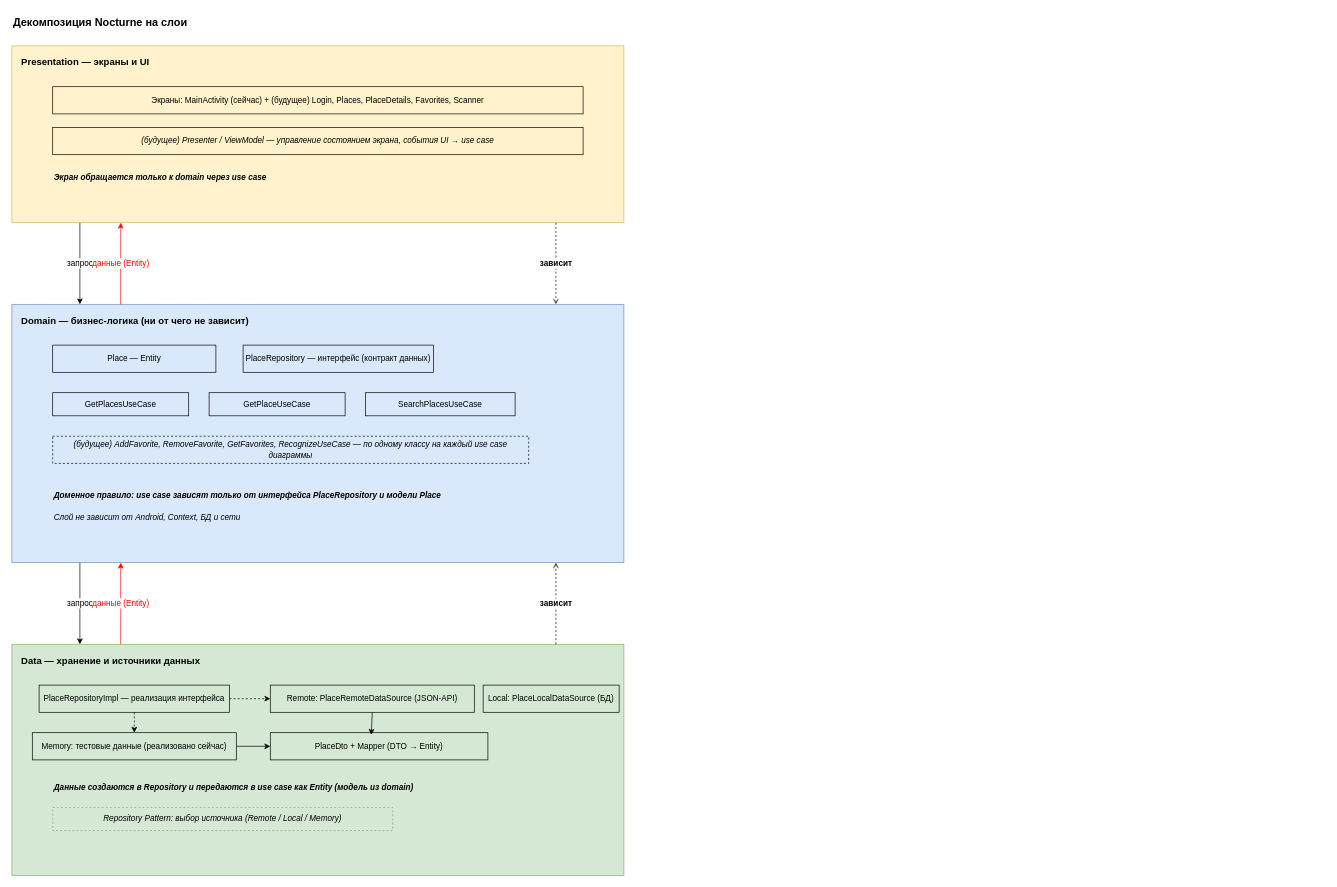
The draw.io diagram Nocturne/diagrams/Nocturne_Layers.drawio in AnnaShelmo/mobile-development, before the edit. Source tidied: cells renumbered, new cells numbered last; positions are measured from the earlier drawing's top-left corner, leaving out a move shared by most shapes. Both pictures are drawn from the tidied source at 68%, with x=0, y=0 at pixel (12, 12).
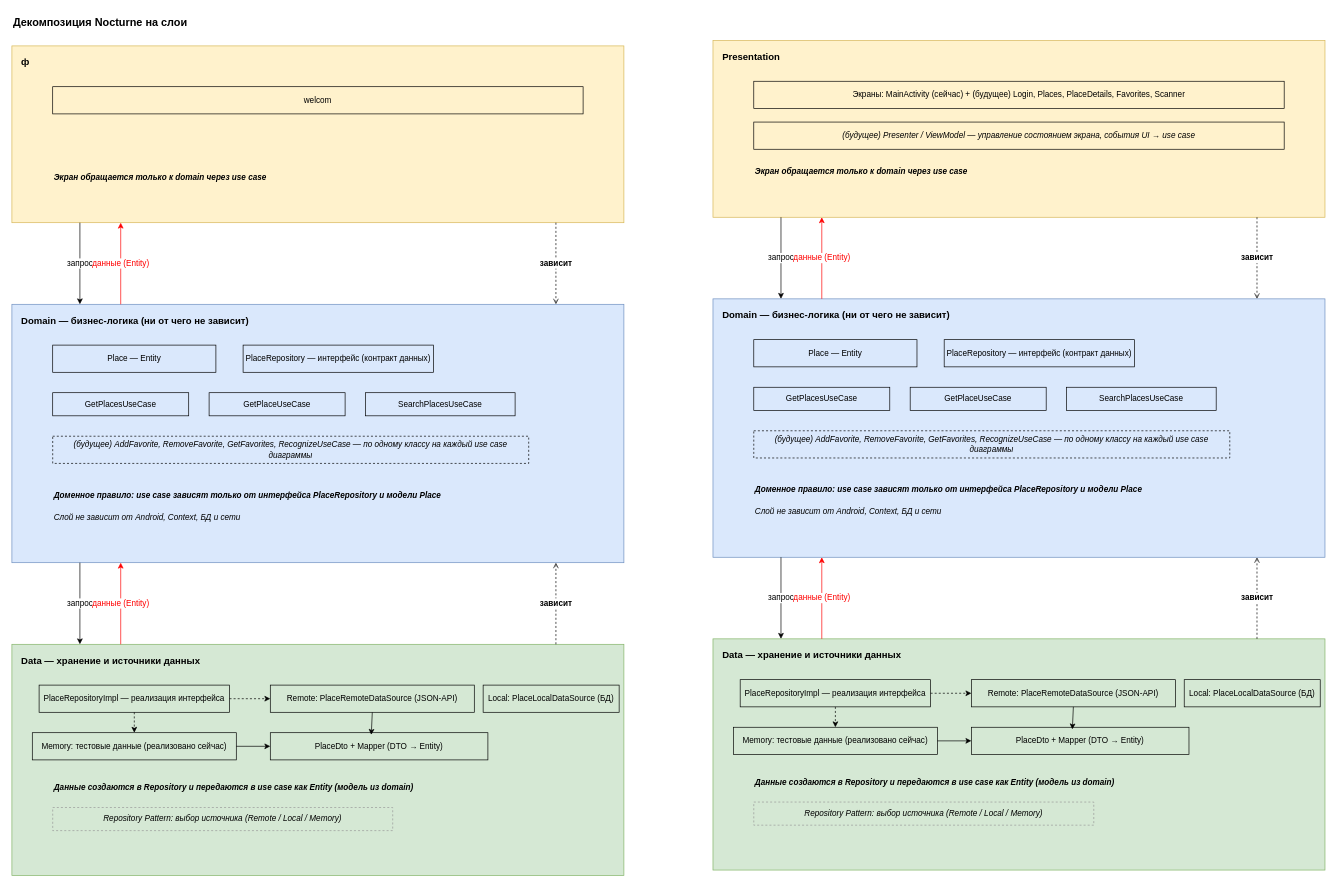
After the change.

What changed in the source:
```diff
@@
-    <mxCell id="4" value="Presentation — экраны и UI" style="text;html=1;align=left;verticalAlign=middle;fontStyle=1;fontSize=14;" parent="1" vertex="1">
+    <mxCell id="4" value="ф" style="text;html=1;align=left;verticalAlign=middle;fontStyle=1;fontSize=14;" parent="1" vertex="1">
       <mxGeometry x="12" y="62" width="300" height="24" as="geometry" />
     </mxCell>
-    <mxCell id="5" value="Экраны: MainActivity (сейчас) + (будущее) Login, Places, PlaceDetails, Favorites, Scanner" style="rounded=0;whiteSpace=wrap;html=1;fillColor=none;strokeColor=#000000;" parent="1" vertex="1">
+    <mxCell id="5" value="welcom" style="rounded=0;whiteSpace=wrap;html=1;fillColor=none;strokeColor=#000000;" parent="1" vertex="1">
       <mxGeometry x="60" y="110" width="780" height="40" as="geometry" />
     </mxCell>
-    <mxCell id="6" value="(будущее) Presenter / ViewModel — управление состоянием экрана, события UI → use case" style="rounded=0;whiteSpace=wrap;html=1;fillColor=none;strokeColor=#000000;fontStyle=2;" parent="1" vertex="1">
-      <mxGeometry x="60" y="170" width="780" height="40" as="geometry" />
-    </mxCell>
@@
+    <mxCell id="37" style="rounded=0;whiteSpace=wrap;html=1;fillColor=#fff2cc;strokeColor=#d6b656;verticalAlign=top;" parent="1" vertex="1">
+      <mxGeometry x="1031" y="42" width="900" height="260" as="geometry" />
+    </mxCell>
+    <mxCell id="38" value="Presentation" style="text;html=1;align=left;verticalAlign=middle;fontStyle=1;fontSize=14;" parent="1" vertex="1">
+      <mxGeometry x="1043" y="54" width="300" height="24" as="geometry" />
+    </mxCell>
+    <mxCell id="39" value="Экраны: MainActivity (сейчас) + (будущее) Login, Places, PlaceDetails, Favorites, Scanner" style="rounded=0;whiteSpace=wrap;html=1;fillColor=none;strokeColor=#000000;" parent="1" vertex="1">
+      <mxGeometry x="1091" y="102" width="780" height="40" as="geometry" />
+    </mxCell>
+    <mxCell id="6" value="(будущее) Presenter / ViewModel — управление состоянием экрана, события UI → use case" style="rounded=0;whiteSpace=wrap;html=1;fillColor=none;strokeColor=#000000;fontStyle=2;" parent="1" vertex="1">
+      <mxGeometry x="1091" y="162" width="780" height="40" as="geometry" />
+    </mxCell>
+    <mxCell id="40" value="Экран обращается только к domain через use case" style="text;html=1;align=left;verticalAlign=middle;fontStyle=3;fontSize=12;" parent="1" vertex="1">
+      <mxGeometry x="1091" y="224" width="400" height="22" as="geometry" />
+    </mxCell>
+    <mxCell id="41" style="rounded=0;whiteSpace=wrap;html=1;fillColor=#dae8fc;strokeColor=#6c8ebf;verticalAlign=top;" parent="1" vertex="1">
+      <mxGeometry x="1031" y="422" width="900" height="380" as="geometry" />
+    </mxCell>
+    <mxCell id="42" value="Domain — бизнес-логика (ни от чего не зависит)" style="text;html=1;align=left;verticalAlign=middle;fontStyle=1;fontSize=14;" parent="1" vertex="1">
+      <mxGeometry x="1043" y="434" width="400" height="24" as="geometry" />
+    </mxCell>
+    <mxCell id="43" value="Place — Entity" style="rounded=0;whiteSpace=wrap;html=1;fillColor=none;strokeColor=#000000;" parent="1" vertex="1">
+      <mxGeometry x="1091" y="482" width="240" height="40" as="geometry" />
+    </mxCell>
+    <mxCell id="44" value="PlaceRepository — интерфейс (контракт данных)" style="rounded=0;whiteSpace=wrap;html=1;fillColor=none;strokeColor=#000000;" parent="1" vertex="1">
+      <mxGeometry x="1371" y="482" width="280" height="40" as="geometry" />
+    </mxCell>
+    <mxCell id="45" value="GetPlacesUseCase" style="rounded=0;whiteSpace=wrap;html=1;fillColor=none;strokeColor=#000000;fontSize=12;" parent="1" vertex="1">
+      <mxGeometry x="1091" y="552" width="200" height="34" as="geometry" />
+    </mxCell>
+    <mxCell id="46" value="GetPlaceUseCase" style="rounded=0;whiteSpace=wrap;html=1;fillColor=none;strokeColor=#000000;fontSize=12;" parent="1" vertex="1">
+      <mxGeometry x="1321" y="552" width="200" height="34" as="geometry" />
+    </mxCell>
+    <mxCell id="47" value="SearchPlacesUseCase" style="rounded=0;whiteSpace=wrap;html=1;fillColor=none;strokeColor=#000000;fontSize=12;" parent="1" vertex="1">
+      <mxGeometry x="1551" y="552" width="220" height="34" as="geometry" />
+    </mxCell>
+    <mxCell id="48" value="(будущее) AddFavorite, RemoveFavorite, GetFavorites, RecognizeUseCase — по одному классу на каждый use case диаграммы" style="rounded=0;whiteSpace=wrap;html=1;fillColor=none;strokeColor=#000000;dashed=1;fontSize=12;fontStyle=2;" parent="1" vertex="1">
+      <mxGeometry x="1091" y="616" width="700" height="40" as="geometry" />
+    </mxCell>
+    <mxCell id="49" value="Доменное правило: use case зависят только от интерфейса PlaceRepository и модели Place" style="text;html=1;align=left;verticalAlign=middle;fontStyle=3;fontSize=12;" parent="1" vertex="1">
+      <mxGeometry x="1091" y="692" width="620" height="22" as="geometry" />
+    </mxCell>
+    <mxCell id="50" value="Слой не зависит от Android, Context, БД и сети" style="text;html=1;align=left;verticalAlign=middle;fontStyle=2;fontSize=12;" parent="1" vertex="1">
+      <mxGeometry x="1091" y="724" width="400" height="22" as="geometry" />
+    </mxCell>
+    <mxCell id="51" style="rounded=0;whiteSpace=wrap;html=1;fillColor=#d5e8d4;strokeColor=#82b366;verticalAlign=top;" parent="1" vertex="1">
+      <mxGeometry x="1031" y="922" width="900" height="340" as="geometry" />
+    </mxCell>
+    <mxCell id="52" value="Data — хранение и источники данных" style="text;html=1;align=left;verticalAlign=middle;fontStyle=1;fontSize=14;" parent="1" vertex="1">
+      <mxGeometry x="1043" y="934" width="400" height="24" as="geometry" />
+    </mxCell>
+    <mxCell id="53" value="PlaceRepositoryImpl — реализация интерфейса" style="rounded=0;whiteSpace=wrap;html=1;fillColor=none;strokeColor=#000000;" parent="1" vertex="1">
+      <mxGeometry x="1071" y="982" width="280" height="40" as="geometry" />
+    </mxCell>
+    <mxCell id="54" value="Remote: PlaceRemoteDataSource (JSON-API)" style="rounded=0;whiteSpace=wrap;html=1;fillColor=none;strokeColor=#000000;fontSize=12;" parent="1" vertex="1">
+      <mxGeometry x="1411" y="982" width="300" height="40" as="geometry" />
+    </mxCell>
+    <mxCell id="55" value="Local: PlaceLocalDataSource (БД)" style="rounded=0;whiteSpace=wrap;html=1;fillColor=none;strokeColor=#000000;fontSize=12;" parent="1" vertex="1">
+      <mxGeometry x="1724" y="982" width="200" height="40" as="geometry" />
+    </mxCell>
+    <mxCell id="56" value="Memory: тестовые данные (реализовано сейчас)" style="rounded=0;whiteSpace=wrap;html=1;fillColor=none;strokeColor=#000000;fontSize=12;" parent="1" vertex="1">
+      <mxGeometry x="1061" y="1052" width="300" height="40" as="geometry" />
+    </mxCell>
+    <mxCell id="57" value="PlaceDto + Mapper (DTO → Entity)" style="rounded=0;whiteSpace=wrap;html=1;fillColor=none;strokeColor=#000000;fontSize=12;" parent="1" vertex="1">
+      <mxGeometry x="1411" y="1052" width="320" height="40" as="geometry" />
+    </mxCell>
+    <mxCell id="58" value="Данные создаются в Repository и передаются в use case как Entity (модель из domain)" style="text;html=1;align=left;verticalAlign=middle;fontStyle=3;fontSize=12;" parent="1" vertex="1">
+      <mxGeometry x="1091" y="1122" width="700" height="22" as="geometry" />
+    </mxCell>
+    <mxCell id="59" value="Repository Pattern: выбор источника (Remote / Local / Memory)" style="rounded=0;whiteSpace=wrap;html=1;fillColor=none;strokeColor=#999999;dashed=1;fontSize=12;fontStyle=2;" parent="1" vertex="1">
+      <mxGeometry x="1091" y="1162" width="500" height="34" as="geometry" />
+    </mxCell>
+    <mxCell id="60" value="запрос" style="edgeStyle=none;html=1;endArrow=classic;startArrow=none;strokeColor=#000000;fontSize=12;exitX=0.1111;exitY=1;entryX=0.1111;entryY=0;" parent="1" edge="1" source="37" target="41">
+      <mxGeometry relative="1" as="geometry" />
+    </mxCell>
+    <mxCell id="61" value="запрос" style="edgeStyle=none;html=1;endArrow=classic;startArrow=none;strokeColor=#000000;fontSize=12;exitX=0.1111;exitY=1;entryX=0.1111;entryY=0;" parent="1" edge="1" source="41" target="51">
+      <mxGeometry relative="1" as="geometry" />
+    </mxCell>
+    <mxCell id="62" value="данные (Entity)" style="edgeStyle=none;html=1;endArrow=classic;startArrow=none;strokeColor=#FF0000;fontColor=#FF0000;fontSize=12;exitX=0.1778;exitY=0;entryX=0.1778;entryY=1;" parent="1" edge="1" source="41" target="37">
+      <mxGeometry relative="1" as="geometry" />
+    </mxCell>
+    <mxCell id="63" value="данные (Entity)" style="edgeStyle=none;html=1;endArrow=classic;startArrow=none;strokeColor=#FF0000;fontColor=#FF0000;fontSize=12;exitX=0.1778;exitY=0;entryX=0.1778;entryY=1;" parent="1" edge="1" source="51" target="41">
+      <mxGeometry relative="1" as="geometry" />
+    </mxCell>
+    <mxCell id="64" value="зависит" style="edgeStyle=none;html=1;dashed=1;endArrow=open;startArrow=none;strokeColor=#000000;fontStyle=1;fontSize=12;exitX=0.8889;exitY=1;entryX=0.8889;entryY=0;" parent="1" edge="1" source="37" target="41">
+      <mxGeometry relative="1" as="geometry" />
+    </mxCell>
+    <mxCell id="65" value="зависит" style="edgeStyle=none;html=1;dashed=1;endArrow=open;startArrow=none;strokeColor=#000000;fontStyle=1;fontSize=12;exitX=0.8889;exitY=0;entryX=0.8889;entryY=1;" parent="1" edge="1" source="51" target="41">
+      <mxGeometry relative="1" as="geometry" />
+    </mxCell>
+    <mxCell id="66" style="edgeStyle=none;html=1;dashed=1;endArrow=classic;startArrow=none;strokeColor=#000000;fontSize=11;exitX=1;exitY=0.5;entryX=0;entryY=0.5;" parent="1" edge="1" source="53" target="54">
+      <mxGeometry relative="1" as="geometry" />
+    </mxCell>
+    <mxCell id="67" style="edgeStyle=none;html=1;dashed=1;endArrow=classic;startArrow=none;strokeColor=#000000;fontSize=11;exitX=0.5;exitY=1;entryX=0.5;entryY=0;" parent="1" edge="1" source="53" target="56">
+      <mxGeometry relative="1" as="geometry" />
+    </mxCell>
+    <mxCell id="68" style="edgeStyle=none;html=1;endArrow=classic;startArrow=none;strokeColor=#000000;fontSize=11;exitX=0.5;exitY=1;entryX=0.464;entryY=0.077;entryDx=0;entryDy=0;entryPerimeter=0;exitDx=0;exitDy=0;" parent="1" edge="1" source="54" target="57">
+      <mxGeometry relative="1" as="geometry" />
+    </mxCell>
+    <mxCell id="69" style="edgeStyle=none;html=1;endArrow=classic;startArrow=none;strokeColor=#000000;fontSize=11;exitX=1;exitY=0.5;entryX=0;entryY=0.5;entryDx=0;entryDy=0;exitDx=0;exitDy=0;" parent="1" edge="1" source="56" target="57">
+      <mxGeometry relative="1" as="geometry" />
+    </mxCell>
```
